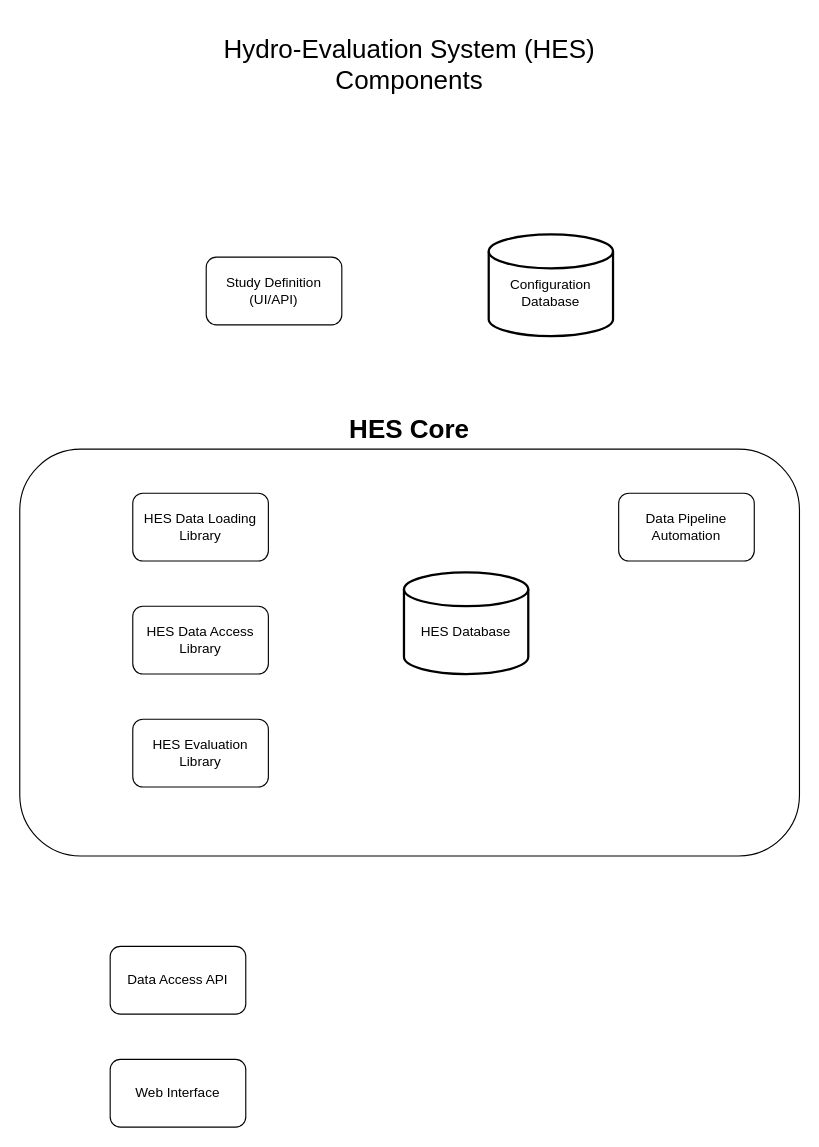
Earlier version of the draw.io diagram docs/Untitled Diagram.drawio (RTIInternational/hydro-evaluation). Source tidied: cells renumbered, new cells numbered last; positions are measured from the earlier drawing's top-left corner, leaving out a move shared by most shapes. Both pictures are drawn from the tidied source at 113%, with x=0, y=0 at pixel (19, 19).
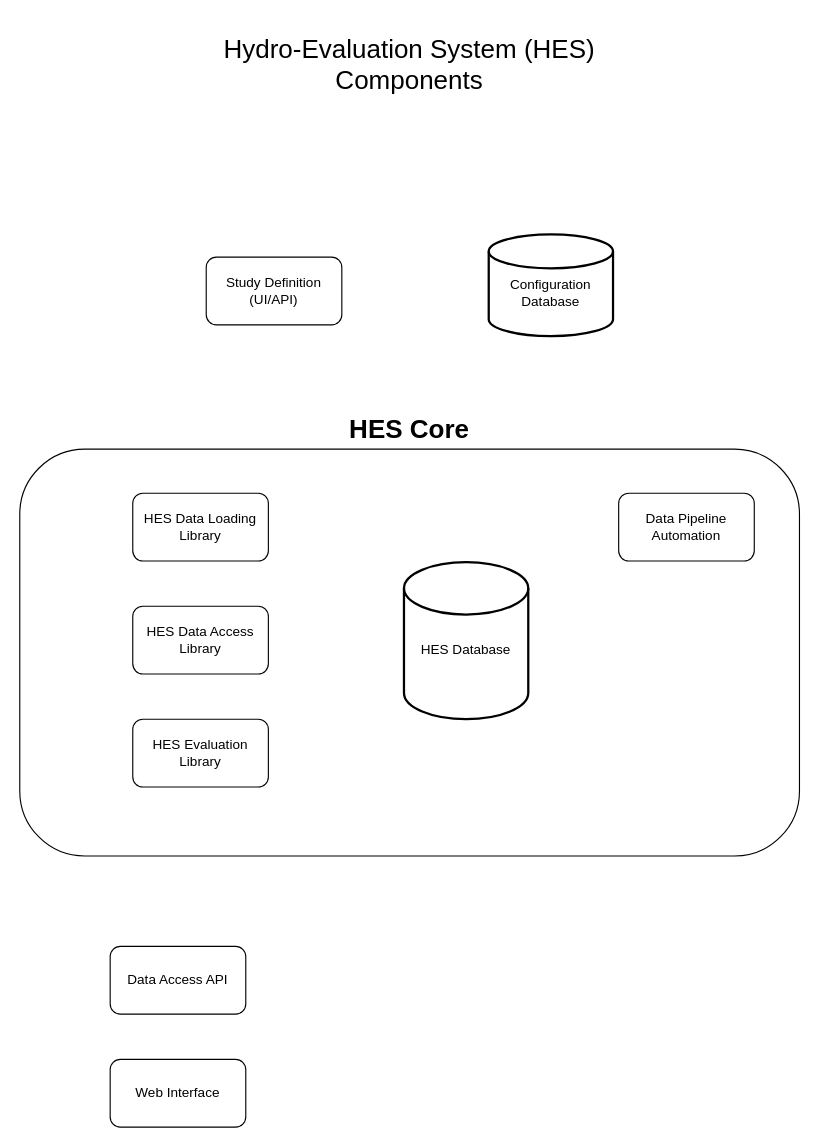
The same diagram, later.

Diff of the diagram source:
```diff
@@
 <mxGraphModel background="#ffffff">
   <root>
     <mxCell id="0" />
     <mxCell id="1" parent="0" />
-    <mxCell id="2" value="&lt;b&gt;&lt;font style=&quot;font-size: 23px;&quot;&gt;HES &lt;font style=&quot;font-size: 23px;&quot;&gt;Core&lt;/font&gt;&lt;/font&gt;&lt;/b&gt;" style="rounded=1;whiteSpace=wrap;html=1;labelPosition=center;verticalLabelPosition=top;align=center;verticalAlign=bottom;" parent="1" vertex="1">
+    <mxCell id="2" value="&lt;b&gt;&lt;font style=&quot;font-size: 23px;&quot;&gt;HES &lt;font style=&quot;font-size: 23px;&quot;&gt;Core&lt;/font&gt;&lt;/font&gt;&lt;/b&gt;" style="rounded=1;whiteSpace=wrap;html=1;labelPosition=center;verticalLabelPosition=top;align=center;verticalAlign=bottom;arcSize=16;" parent="1" vertex="1">
       <mxGeometry y="380" width="690" height="360" as="geometry" />
     </mxCell>
     <mxCell id="3" value="HES Data Loading Library" style="rounded=1;whiteSpace=wrap;html=1;fontSize=12;glass=0;strokeWidth=1;shadow=0;" parent="1" vertex="1">
       <mxGeometry x="100" y="419" width="120" height="60" as="geometry" />
     </mxCell>
     <mxCell id="4" value="&lt;br&gt;&lt;div&gt;Configuration Database&lt;/div&gt;" style="strokeWidth=2;html=1;shape=mxgraph.flowchart.database;whiteSpace=wrap;" parent="1" vertex="1">
       <mxGeometry x="415" y="190" width="110" height="90" as="geometry" />
     </mxCell>
     <mxCell id="5" value="&lt;div&gt;Study Definition&lt;/div&gt;&lt;div&gt;(UI/API)&lt;br&gt;&lt;/div&gt;" style="rounded=1;whiteSpace=wrap;html=1;fontSize=12;glass=0;strokeWidth=1;shadow=0;" parent="1" vertex="1">
       <mxGeometry x="165" y="210" width="120" height="60" as="geometry" />
     </mxCell>
     <mxCell id="6" value="&lt;br&gt;&lt;div&gt;HES Database&lt;/div&gt;" style="strokeWidth=2;html=1;shape=mxgraph.flowchart.database;whiteSpace=wrap;" parent="1" vertex="1">
-      <mxGeometry x="340" y="489" width="110" height="90" as="geometry" />
+      <mxGeometry x="340" y="480" width="110" height="139" as="geometry" />
     </mxCell>
     <mxCell id="7" value="HES Data Access Library" style="rounded=1;whiteSpace=wrap;html=1;fontSize=12;glass=0;strokeWidth=1;shadow=0;" parent="1" vertex="1">
       <mxGeometry x="100" y="519" width="120" height="60" as="geometry" />
     </mxCell>
     <mxCell id="8" value="HES Evaluation Library" style="rounded=1;whiteSpace=wrap;html=1;fontSize=12;glass=0;strokeWidth=1;shadow=0;" parent="1" vertex="1">
       <mxGeometry x="100" y="619" width="120" height="60" as="geometry" />
     </mxCell>
     <mxCell id="9" value="Data Access API" style="rounded=1;whiteSpace=wrap;html=1;fontSize=12;glass=0;strokeWidth=1;shadow=0;" parent="1" vertex="1">
       <mxGeometry x="80" y="820" width="120" height="60" as="geometry" />
     </mxCell>
     <mxCell id="10" value="Web Interface" style="rounded=1;whiteSpace=wrap;html=1;fontSize=12;glass=0;strokeWidth=1;shadow=0;" parent="1" vertex="1">
       <mxGeometry x="80" y="920" width="120" height="60" as="geometry" />
     </mxCell>
     <mxCell id="11" value="Data Pipeline Automation" style="rounded=1;whiteSpace=wrap;html=1;fontSize=12;glass=0;strokeWidth=1;shadow=0;" parent="1" vertex="1">
       <mxGeometry x="530" y="419" width="120" height="60" as="geometry" />
     </mxCell>
     <mxCell id="12" value="Hydro-Evaluation System (HES) Components" style="text;html=1;strokeColor=none;fillColor=none;align=center;verticalAlign=middle;whiteSpace=wrap;rounded=0;fontSize=23;" parent="1" vertex="1">
       <mxGeometry x="175" width="340" height="80" as="geometry" />
     </mxCell>
   </root>
 </mxGraphModel>
```
